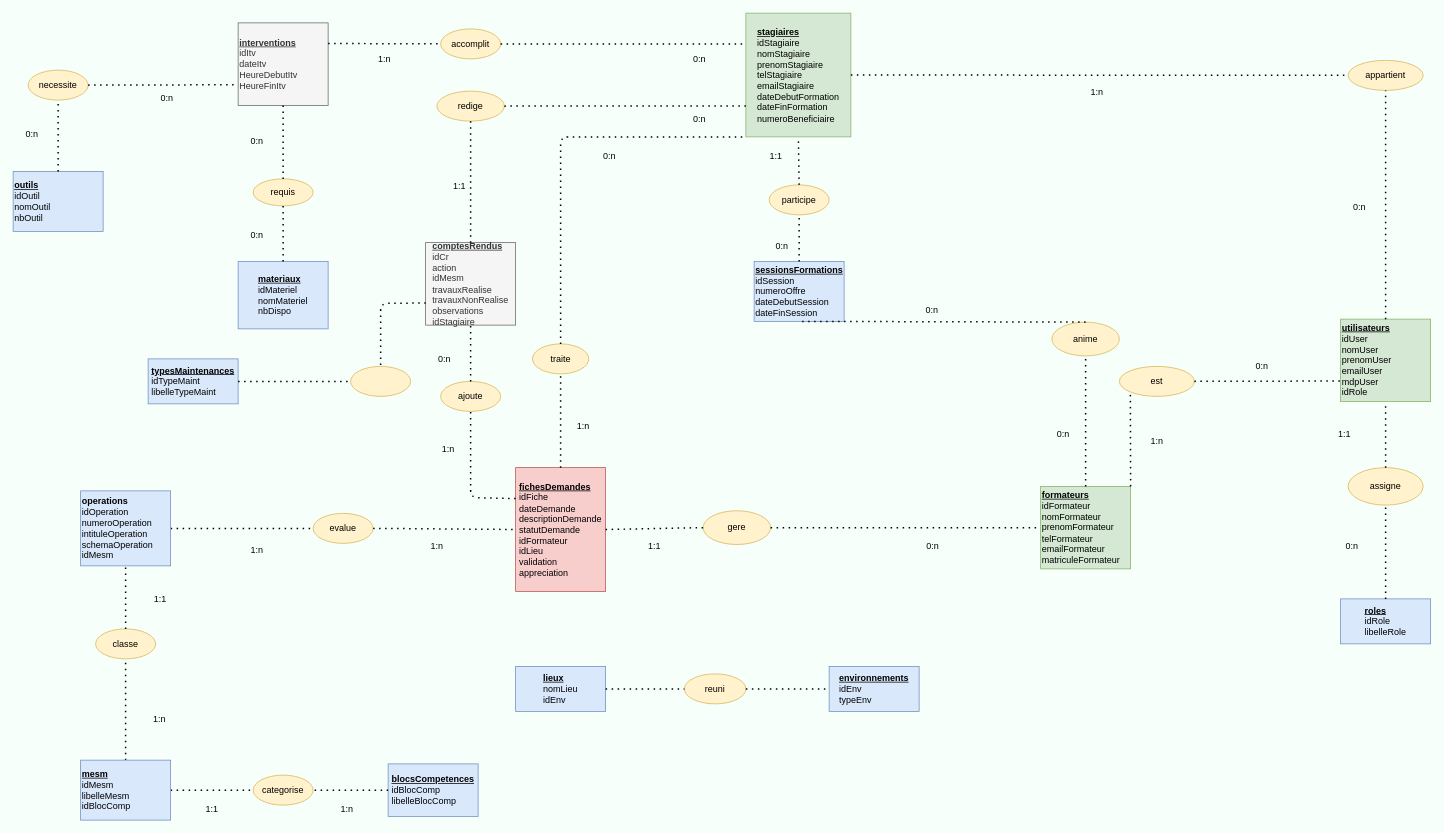
This is DOCS/drawIo.drawio from tancraft/Stage, a draw.io file, before an edit. Source tidied: cells renumbered, new cells numbered last; positions are measured from the earlier drawing's top-left corner, leaving out a move shared by most shapes. Both pictures are drawn from the tidied source at 75%, with x=0, y=0 at pixel (13, 13).
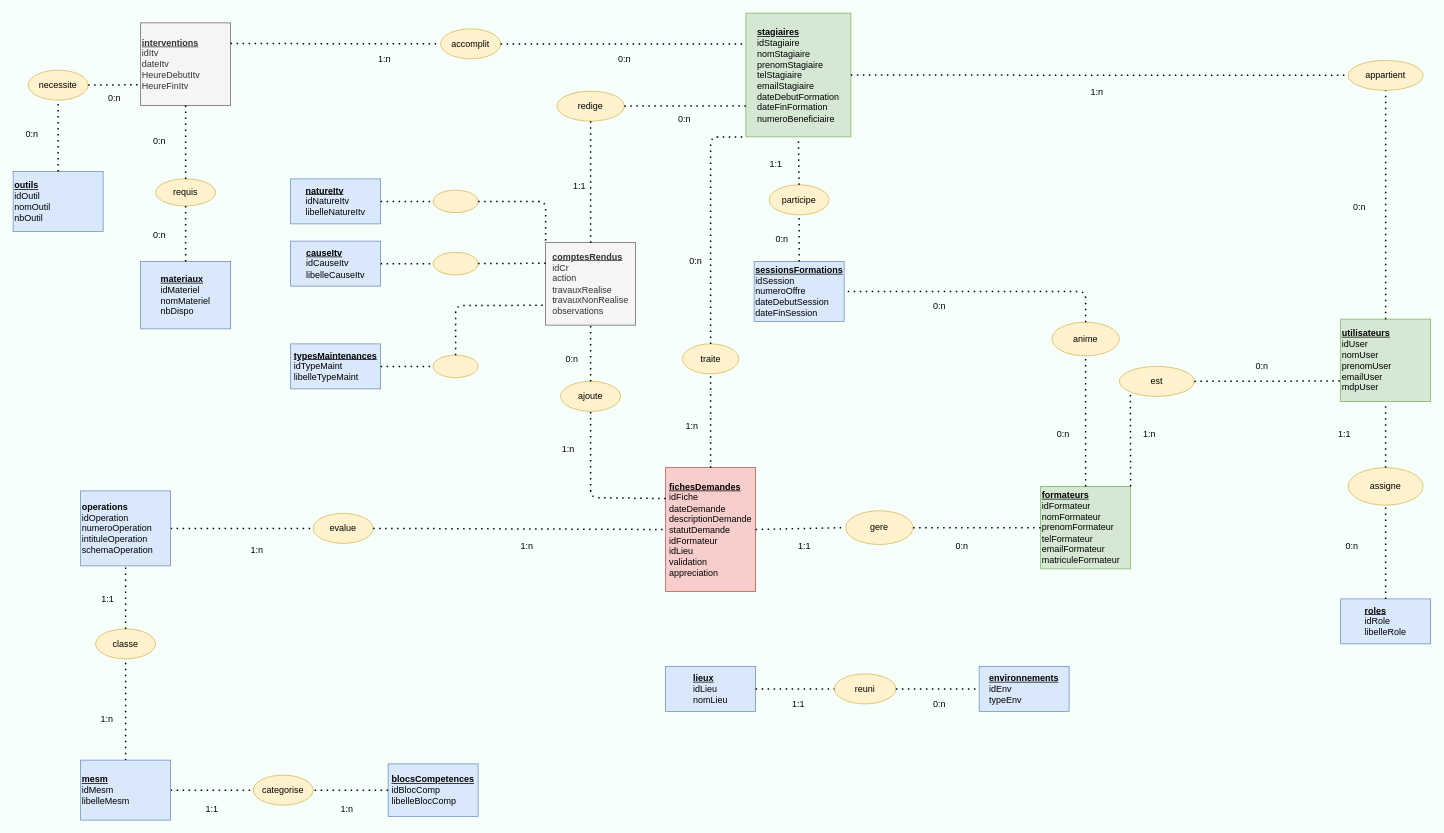
After the change.

The change refers to these unchanged cells:
```xml
<mxCell id="13" value="&lt;b&gt;&lt;u&gt;sessionsFormations&lt;/u&gt;&lt;/b&gt;&lt;br&gt;idSession&lt;br&gt;numeroOffre&lt;br&gt;dateDebutSession&lt;br&gt;dateFinSession" style="rounded=0;whiteSpace=wrap;html=1;align=left;fillColor=#dae8fc;strokeColor=#6c8ebf;" parent="1" vertex="1">
  <mxGeometry x="988" y="331" width="120" height="80" as="geometry" />
</mxCell>
<mxCell id="14" value="&lt;div style=&quot;text-align: left&quot;&gt;&lt;u style=&quot;font-weight: bold&quot;&gt;stagiaires&lt;/u&gt;&lt;/div&gt;&lt;div style=&quot;text-align: left&quot;&gt;&lt;span&gt;idStagiaire&lt;/span&gt;&lt;/div&gt;&lt;div style=&quot;text-align: left&quot;&gt;&lt;span&gt;nomStagiaire&lt;/span&gt;&lt;/div&gt;&lt;div style=&quot;text-align: left&quot;&gt;&lt;span&gt;prenomStagiaire&lt;/span&gt;&lt;/div&gt;&lt;div style=&quot;text-align: left&quot;&gt;&lt;span&gt;telStagiaire&lt;/span&gt;&lt;/div&gt;&lt;div style=&quot;text-align: left&quot;&gt;&lt;span&gt;emailStagiaire&lt;/span&gt;&lt;/div&gt;&lt;div style=&quot;text-align: left&quot;&gt;&lt;span&gt;dateDebutFormation&lt;/span&gt;&lt;/div&gt;&lt;div style=&quot;text-align: left&quot;&gt;&lt;span&gt;dateFinFormation&lt;/span&gt;&lt;/div&gt;&lt;div style=&quot;text-align: left&quot;&gt;&lt;span&gt;numeroBeneficiaire&lt;/span&gt;&lt;/div&gt;" style="rounded=0;whiteSpace=wrap;html=1;fillColor=#d5e8d4;strokeColor=#82b366;" parent="1" vertex="1">
  <mxGeometry x="977" width="140" height="165" as="geometry" />
</mxCell>
<mxCell id="19" value="anime" style="ellipse;whiteSpace=wrap;html=1;fillColor=#fff2cc;strokeColor=#d6b656;" parent="1" vertex="1">
  <mxGeometry x="1385" y="412" width="90" height="45" as="geometry" />
</mxCell>
```

Change to the diagram source:
```diff
@@
-    <mxCell id="2" value="&lt;b&gt;&lt;u&gt;utilisateurs&lt;/u&gt;&lt;/b&gt;&lt;br&gt;idUser&lt;br&gt;nomUser&lt;br&gt;prenomUser&lt;br&gt;emailUser&lt;br&gt;mdpUser&lt;br&gt;idRole" style="rounded=0;whiteSpace=wrap;html=1;align=left;fillColor=#d5e8d4;strokeColor=#82b366;" parent="1" vertex="1">
+    <mxCell id="2" value="&lt;b&gt;&lt;u&gt;utilisateurs&lt;/u&gt;&lt;/b&gt;&lt;br&gt;idUser&lt;br&gt;nomUser&lt;br&gt;prenomUser&lt;br&gt;emailUser&lt;br&gt;mdpUser" style="rounded=0;whiteSpace=wrap;html=1;align=left;fillColor=#d5e8d4;strokeColor=#82b366;" parent="1" vertex="1">
       <mxGeometry x="1770" y="408" width="120" height="110" as="geometry" />
     </mxCell>
@@
-    <mxCell id="4" value="&lt;div style=&quot;text-align: left&quot;&gt;&lt;b&gt;&lt;u&gt;comptesRendus&lt;/u&gt;&lt;/b&gt;&lt;/div&gt;&lt;div style=&quot;text-align: left&quot;&gt;&lt;span&gt;idCr&lt;/span&gt;&lt;/div&gt;&lt;div style=&quot;text-align: left&quot;&gt;&lt;span&gt;action&lt;/span&gt;&lt;/div&gt;&lt;div style=&quot;text-align: left&quot;&gt;&lt;span&gt;idMesm&lt;/span&gt;&lt;/div&gt;&lt;div style=&quot;text-align: left&quot;&gt;&lt;span&gt;travauxRealise&lt;/span&gt;&lt;/div&gt;&lt;div style=&quot;text-align: left&quot;&gt;&lt;span&gt;travauxNonRealise&lt;/span&gt;&lt;/div&gt;&lt;div style=&quot;text-align: left&quot;&gt;&lt;span&gt;observations&lt;/span&gt;&lt;/div&gt;&lt;div style=&quot;text-align: left&quot;&gt;&lt;span&gt;idStagiaire&lt;/span&gt;&lt;/div&gt;" style="rounded=0;whiteSpace=wrap;html=1;fillColor=#f5f5f5;strokeColor=#666666;fontColor=#333333;" parent="1" vertex="1">
-      <mxGeometry x="550" y="306" width="120" height="110" as="geometry" />
+    <mxCell id="4" value="&lt;div style=&quot;text-align: left&quot;&gt;&lt;b&gt;&lt;u&gt;comptesRendus&lt;/u&gt;&lt;/b&gt;&lt;/div&gt;&lt;div style=&quot;text-align: left&quot;&gt;&lt;span&gt;idCr&lt;/span&gt;&lt;/div&gt;&lt;div style=&quot;text-align: left&quot;&gt;&lt;span&gt;action&lt;/span&gt;&lt;/div&gt;&lt;div style=&quot;text-align: left&quot;&gt;&lt;span&gt;travauxRealise&lt;/span&gt;&lt;/div&gt;&lt;div style=&quot;text-align: left&quot;&gt;&lt;span&gt;travauxNonRealise&lt;/span&gt;&lt;/div&gt;&lt;div style=&quot;text-align: left&quot;&gt;&lt;span&gt;observations&lt;/span&gt;&lt;/div&gt;" style="rounded=0;whiteSpace=wrap;html=1;fillColor=#f5f5f5;strokeColor=#666666;fontColor=#333333;" parent="1" vertex="1">
+      <mxGeometry x="710" y="306" width="120" height="110" as="geometry" />
     </mxCell>
-    <mxCell id="5" value="&lt;div style=&quot;text-align: left&quot;&gt;&lt;u style=&quot;font-weight: bold&quot;&gt;lieux&lt;/u&gt;&lt;/div&gt;&lt;div style=&quot;text-align: left&quot;&gt;&lt;span&gt;nomLieu&lt;/span&gt;&lt;/div&gt;&lt;div style=&quot;text-align: left&quot;&gt;&lt;span&gt;idEnv&lt;/span&gt;&lt;/div&gt;" style="rounded=0;whiteSpace=wrap;html=1;fillColor=#dae8fc;strokeColor=#6c8ebf;" parent="1" vertex="1">
-      <mxGeometry x="670" y="871" width="120" height="60" as="geometry" />
+    <mxCell id="5" value="&lt;div style=&quot;text-align: left&quot;&gt;&lt;u style=&quot;font-weight: bold&quot;&gt;lieux&lt;/u&gt;&lt;/div&gt;&lt;div style=&quot;text-align: left&quot;&gt;idLieu&lt;/div&gt;&lt;div style=&quot;text-align: left&quot;&gt;&lt;span&gt;nomLieu&lt;/span&gt;&lt;/div&gt;" style="rounded=0;whiteSpace=wrap;html=1;fillColor=#dae8fc;strokeColor=#6c8ebf;" parent="1" vertex="1">
+      <mxGeometry x="870" y="871" width="120" height="60" as="geometry" />
     </mxCell>
@@
     <mxCell id="7" value="&lt;div style=&quot;text-align: left&quot;&gt;&lt;b&gt;&lt;u&gt;fichesDemandes&lt;/u&gt;&lt;/b&gt;&lt;/div&gt;&lt;div style=&quot;text-align: left&quot;&gt;&lt;span&gt;idFiche&lt;/span&gt;&lt;/div&gt;&lt;div style=&quot;text-align: left&quot;&gt;&lt;span&gt;dateDemande&lt;/span&gt;&lt;/div&gt;&lt;div style=&quot;text-align: left&quot;&gt;&lt;span&gt;descriptionDemande&lt;/span&gt;&lt;/div&gt;&lt;div style=&quot;text-align: left&quot;&gt;&lt;span&gt;statutDemande&lt;/span&gt;&lt;/div&gt;&lt;div style=&quot;text-align: left&quot;&gt;&lt;span&gt;idFormateur&lt;/span&gt;&lt;/div&gt;&lt;div style=&quot;text-align: left&quot;&gt;&lt;span&gt;idLieu&lt;/span&gt;&lt;/div&gt;&lt;div style=&quot;text-align: left&quot;&gt;&lt;span&gt;validation&lt;/span&gt;&lt;/div&gt;&lt;div style=&quot;text-align: left&quot;&gt;&lt;span&gt;appreciation&lt;/span&gt;&lt;/div&gt;" style="rounded=0;whiteSpace=wrap;html=1;fillColor=#f8cecc;strokeColor=#b85450;" parent="1" vertex="1">
-      <mxGeometry x="670" y="606" width="120" height="165" as="geometry" />
+      <mxGeometry x="870" y="606" width="120" height="165" as="geometry" />
     </mxCell>
     <mxCell id="8" value="&lt;div style=&quot;text-align: left&quot;&gt;&lt;u style=&quot;font-weight: bold&quot;&gt;environnements&lt;/u&gt;&lt;/div&gt;&lt;div style=&quot;text-align: left&quot;&gt;&lt;span&gt;idEnv&lt;/span&gt;&lt;/div&gt;&lt;div style=&quot;text-align: left&quot;&gt;&lt;span&gt;typeEnv&lt;/span&gt;&lt;/div&gt;" style="rounded=0;whiteSpace=wrap;html=1;fillColor=#dae8fc;strokeColor=#6c8ebf;" parent="1" vertex="1">
-      <mxGeometry x="1088" y="871" width="120" height="60" as="geometry" />
+      <mxGeometry x="1288" y="871" width="120" height="60" as="geometry" />
     </mxCell>
     <mxCell id="9" value="&lt;div style=&quot;text-align: left&quot;&gt;&lt;u style=&quot;font-weight: bold&quot;&gt;materiaux&lt;/u&gt;&lt;/div&gt;&lt;div style=&quot;text-align: left&quot;&gt;&lt;span&gt;idMateriel&lt;/span&gt;&lt;/div&gt;&lt;div style=&quot;text-align: left&quot;&gt;&lt;span&gt;nomMateriel&lt;/span&gt;&lt;/div&gt;&lt;div style=&quot;text-align: left&quot;&gt;&lt;span&gt;nbDispo&lt;/span&gt;&lt;/div&gt;" style="rounded=0;whiteSpace=wrap;html=1;fillColor=#dae8fc;strokeColor=#6c8ebf;" parent="1" vertex="1">
-      <mxGeometry x="300" y="331" width="120" height="90" as="geometry" />
+      <mxGeometry x="170" y="331" width="120" height="90" as="geometry" />
     </mxCell>
@@
     <mxCell id="11" value="&lt;div style=&quot;text-align: left&quot;&gt;&lt;u style=&quot;font-weight: bold&quot;&gt;typesMaintenances&lt;/u&gt;&lt;/div&gt;&lt;div style=&quot;text-align: left&quot;&gt;&lt;span&gt;idTypeMaint&lt;/span&gt;&lt;/div&gt;&lt;div style=&quot;text-align: left&quot;&gt;&lt;span&gt;libelleTypeMaint&lt;/span&gt;&lt;/div&gt;" style="rounded=0;whiteSpace=wrap;html=1;fillColor=#dae8fc;strokeColor=#6c8ebf;" parent="1" vertex="1">
-      <mxGeometry x="180" y="461" width="120" height="60" as="geometry" />
+      <mxGeometry x="370" y="441" width="120" height="60" as="geometry" />
     </mxCell>
@@
     <mxCell id="15" value="&lt;b&gt;&lt;u&gt;interventions&lt;/u&gt;&lt;/b&gt;&lt;br&gt;idItv&lt;br&gt;dateItv&lt;br&gt;HeureDebutItv&lt;br&gt;HeureFinItv" style="rounded=0;whiteSpace=wrap;html=1;align=left;fillColor=#f5f5f5;strokeColor=#666666;fontColor=#333333;" parent="1" vertex="1">
-      <mxGeometry x="300" y="13" width="120" height="110" as="geometry" />
+      <mxGeometry x="170" y="13" width="120" height="110" as="geometry" />
     </mxCell>
@@
     <mxCell id="21" value="0:n" style="text;html=1;align=center;verticalAlign=middle;" parent="1" vertex="1">
-      <mxGeometry x="1010" y="301" width="30" height="20" as="geometry" />
+      <mxGeometry x="1010" y="291" width="30" height="20" as="geometry" />
     </mxCell>
     <mxCell id="22" value="1:1" style="text;html=1;align=center;verticalAlign=middle;" parent="1" vertex="1">
-      <mxGeometry x="1002" y="181" width="30" height="20" as="geometry" />
+      <mxGeometry x="1002" y="191" width="30" height="20" as="geometry" />
     </mxCell>
     <mxCell id="23" value="0:n" style="text;html=1;align=center;verticalAlign=middle;" parent="1" vertex="1">
-      <mxGeometry x="1210" y="386" width="30" height="20" as="geometry" />
+      <mxGeometry x="1220" y="381" width="30" height="20" as="geometry" />
     </mxCell>
@@
     <mxCell id="25" value="gere" style="ellipse;whiteSpace=wrap;html=1;fillColor=#fff2cc;strokeColor=#d6b656;" parent="1" vertex="1">
-      <mxGeometry x="920" y="663.5" width="90" height="45" as="geometry" />
+      <mxGeometry x="1110" y="663.5" width="90" height="45" as="geometry" />
     </mxCell>
     <mxCell id="26" value="0:n" style="text;html=1;align=center;verticalAlign=middle;" parent="1" vertex="1">
-      <mxGeometry x="1211" y="701" width="30" height="20" as="geometry" />
+      <mxGeometry x="1250" y="701" width="30" height="20" as="geometry" />
     </mxCell>
     <mxCell id="27" value="1:1" style="text;html=1;align=center;verticalAlign=middle;" parent="1" vertex="1">
-      <mxGeometry x="840" y="701" width="30" height="20" as="geometry" />
+      <mxGeometry x="1040" y="701" width="30" height="20" as="geometry" />
     </mxCell>
@@
-    <mxCell id="30" style="endArrow=none;dashed=1;html=1;dashPattern=1 3;strokeWidth=2;entryX=0.5;entryY=1;entryDx=0;entryDy=0;exitX=0.5;exitY=0;exitDx=0;exitDy=0;" parent="1" edge="1" source="19" target="13">
-      <mxGeometry relative="1" as="geometry" />
+    <mxCell id="30" style="endArrow=none;dashed=1;html=1;dashPattern=1 3;strokeWidth=2;entryX=1;entryY=0.5;entryDx=0;entryDy=0;exitX=0.5;exitY=0;exitDx=0;exitDy=0;" parent="1" edge="1" source="19" target="13">
+      <mxGeometry relative="1" as="geometry">
+        <Array as="points">
+          <mxPoint x="1430" y="371" />
+        </Array>
+      </mxGeometry>
     </mxCell>
@@
     <mxCell id="40" value="0:n" style="text;html=1;align=center;verticalAlign=middle;" parent="1" vertex="1">
-      <mxGeometry x="900" y="51" width="30" height="20" as="geometry" />
+      <mxGeometry x="800" y="51" width="30" height="20" as="geometry" />
     </mxCell>
     <mxCell id="41" value="redige" style="ellipse;whiteSpace=wrap;html=1;fillColor=#fff2cc;strokeColor=#d6b656;" parent="1" vertex="1">
-      <mxGeometry x="565" y="104" width="90" height="40" as="geometry" />
+      <mxGeometry x="725" y="104" width="90" height="40" as="geometry" />
     </mxCell>
@@
     <mxCell id="47" value="1:n" style="text;html=1;align=center;verticalAlign=middle;" parent="1" vertex="1">
-      <mxGeometry x="1510" y="561" width="30" height="20" as="geometry" />
+      <mxGeometry x="1500" y="551" width="30" height="20" as="geometry" />
     </mxCell>
@@
     <mxCell id="49" value="1:1" style="text;html=1;align=center;verticalAlign=middle;" parent="1" vertex="1">
-      <mxGeometry x="580" y="221" width="30" height="20" as="geometry" />
+      <mxGeometry x="740" y="221" width="30" height="20" as="geometry" />
     </mxCell>
     <mxCell id="50" value="0:n" style="text;html=1;align=center;verticalAlign=middle;" parent="1" vertex="1">
-      <mxGeometry x="900" y="131" width="30" height="20" as="geometry" />
+      <mxGeometry x="880" y="131" width="30" height="20" as="geometry" />
     </mxCell>
     <mxCell id="51" value="traite" style="ellipse;whiteSpace=wrap;html=1;fillColor=#fff2cc;strokeColor=#d6b656;" parent="1" vertex="1">
-      <mxGeometry x="692.5" y="441" width="75" height="40" as="geometry" />
+      <mxGeometry x="892.5" y="441" width="75" height="40" as="geometry" />
     </mxCell>
@@
     <mxCell id="53" style="endArrow=none;dashed=1;html=1;dashPattern=1 3;strokeWidth=2;exitX=0.5;exitY=0;exitDx=0;exitDy=0;entryX=0;entryY=1;entryDx=0;entryDy=0;" parent="1" edge="1" source="51" target="14">
       <mxGeometry relative="1" as="geometry">
         <Array as="points">
-          <mxPoint x="730" y="165" />
+          <mxPoint x="930" y="165" />
         </Array>
       </mxGeometry>
     </mxCell>
     <mxCell id="54" value="1:n" style="text;html=1;align=center;verticalAlign=middle;" parent="1" vertex="1">
-      <mxGeometry x="745" y="541" width="30" height="20" as="geometry" />
+      <mxGeometry x="890" y="541" width="30" height="20" as="geometry" />
     </mxCell>
     <mxCell id="55" value="0:n" style="text;html=1;align=center;verticalAlign=middle;" parent="1" vertex="1">
-      <mxGeometry x="780" y="181" width="30" height="20" as="geometry" />
+      <mxGeometry x="895" y="321" width="30" height="20" as="geometry" />
     </mxCell>
     <mxCell id="56" value="requis" style="ellipse;whiteSpace=wrap;html=1;fillColor=#fff2cc;strokeColor=#d6b656;" parent="1" vertex="1">
-      <mxGeometry x="320" y="221" width="80" height="36" as="geometry" />
+      <mxGeometry x="190" y="221" width="80" height="36" as="geometry" />
     </mxCell>
@@
     <mxCell id="60" value="0:n" style="text;html=1;align=center;verticalAlign=middle;" parent="1" vertex="1">
-      <mxGeometry x="310" y="161" width="30" height="20" as="geometry" />
+      <mxGeometry x="180" y="161" width="30" height="20" as="geometry" />
     </mxCell>
     <mxCell id="61" value="0:n" style="text;html=1;align=center;verticalAlign=middle;" parent="1" vertex="1">
-      <mxGeometry x="310" y="286" width="30" height="20" as="geometry" />
+      <mxGeometry x="180" y="286" width="30" height="20" as="geometry" />
     </mxCell>
@@
     <mxCell id="64" value="0:n" style="text;html=1;align=center;verticalAlign=middle;" parent="1" vertex="1">
-      <mxGeometry x="190" y="104" width="30" height="20" as="geometry" />
+      <mxGeometry x="120" y="104" width="30" height="20" as="geometry" />
     </mxCell>
@@
     <mxCell id="66" value="ajoute" style="ellipse;whiteSpace=wrap;html=1;fillColor=#fff2cc;strokeColor=#d6b656;" parent="1" vertex="1">
-      <mxGeometry x="570" y="491" width="80" height="40" as="geometry" />
+      <mxGeometry x="730" y="491" width="80" height="40" as="geometry" />
     </mxCell>
@@
     <mxCell id="68" style="endArrow=none;dashed=1;html=1;dashPattern=1 3;strokeWidth=2;entryX=0.5;entryY=1;entryDx=0;entryDy=0;exitX=0;exitY=0.25;exitDx=0;exitDy=0;" parent="1" edge="1" source="7" target="66">
       <mxGeometry relative="1" as="geometry">
         <Array as="points">
-          <mxPoint x="610" y="646" />
+          <mxPoint x="770" y="646" />
         </Array>
       </mxGeometry>
     </mxCell>
     <mxCell id="69" value="0:n" style="text;html=1;align=center;verticalAlign=middle;" parent="1" vertex="1">
-      <mxGeometry x="560" y="451" width="30" height="20" as="geometry" />
+      <mxGeometry x="730" y="451" width="30" height="20" as="geometry" />
     </mxCell>
     <mxCell id="70" value="1:n" style="text;html=1;align=center;verticalAlign=middle;" parent="1" vertex="1">
-      <mxGeometry x="565" y="571" width="30" height="20" as="geometry" />
+      <mxGeometry x="725" y="571" width="30" height="20" as="geometry" />
     </mxCell>
@@
     <mxCell id="81" value="1:n" style="text;html=1;align=center;verticalAlign=middle;" parent="1" vertex="1">
-      <mxGeometry x="550" y="701" width="30" height="20" as="geometry" />
+      <mxGeometry x="670" y="701" width="30" height="20" as="geometry" />
     </mxCell>
     <mxCell id="82" value="reuni" style="ellipse;whiteSpace=wrap;html=1;fillColor=#fff2cc;strokeColor=#d6b656;" parent="1" vertex="1">
-      <mxGeometry x="895" y="881" width="82" height="40" as="geometry" />
+      <mxGeometry x="1095" y="881" width="82" height="40" as="geometry" />
     </mxCell>
@@
     <mxCell id="85" value="1:1" style="text;html=1;align=center;verticalAlign=middle;" parent="1" vertex="1">
-      <mxGeometry x="181" y="771" width="30" height="20" as="geometry" />
+      <mxGeometry x="111" y="771" width="30" height="20" as="geometry" />
     </mxCell>
     <mxCell id="86" value="1:n" style="text;html=1;align=center;verticalAlign=middle;" parent="1" vertex="1">
-      <mxGeometry x="180" y="931" width="30" height="20" as="geometry" />
+      <mxGeometry x="110" y="931" width="30" height="20" as="geometry" />
     </mxCell>
@@
     <mxCell id="89" style="ellipse;whiteSpace=wrap;html=1;fillColor=#fff2cc;strokeColor=#d6b656;" parent="1" vertex="1">
-      <mxGeometry x="450" y="471" width="80" height="40" as="geometry" />
+      <mxGeometry x="560" y="456" width="60" height="30" as="geometry" />
     </mxCell>
@@
-    <mxCell id="91" style="endArrow=none;dashed=1;html=1;dashPattern=1 3;strokeWidth=2;exitX=0.5;exitY=0;exitDx=0;exitDy=0;entryX=0;entryY=0.75;entryDx=0;entryDy=0;" parent="1" edge="1">
-      <mxGeometry relative="1" as="geometry">
-        <mxPoint x="490" y="469" as="sourcePoint" />
-        <mxPoint x="550" y="386.5" as="targetPoint" />
-        <Array as="points">
-          <mxPoint x="490" y="387" />
-        </Array>
-      </mxGeometry>
-    </mxCell>
-    <mxCell id="92" value="&lt;b&gt;&lt;u&gt;mesm&lt;/u&gt;&lt;/b&gt;&lt;br&gt;idMesm&lt;br&gt;libelleMesm&lt;br&gt;idBlocComp" style="rounded=0;whiteSpace=wrap;html=1;align=left;fillColor=#dae8fc;strokeColor=#6c8ebf;" parent="1" vertex="1">
+    <mxCell id="92" value="&lt;b&gt;&lt;u&gt;mesm&lt;/u&gt;&lt;/b&gt;&lt;br&gt;idMesm&lt;br&gt;libelleMesm" style="rounded=0;whiteSpace=wrap;html=1;align=left;fillColor=#dae8fc;strokeColor=#6c8ebf;" parent="1" vertex="1">
       <mxGeometry x="90" y="996" width="120" height="80" as="geometry" />
     </mxCell>
-    <mxCell id="93" value="&lt;b&gt;operations&lt;/b&gt;&lt;br&gt;idOperation&lt;br&gt;numeroOperation&lt;br&gt;intituleOperation&lt;br&gt;schemaOperation&lt;br&gt;idMesm" style="rounded=0;whiteSpace=wrap;html=1;align=left;fillColor=#dae8fc;strokeColor=#6c8ebf;" parent="1" vertex="1">
+    <mxCell id="93" value="&lt;b&gt;operations&lt;/b&gt;&lt;br&gt;idOperation&lt;br&gt;numeroOperation&lt;br&gt;intituleOperation&lt;br&gt;schemaOperation" style="rounded=0;whiteSpace=wrap;html=1;align=left;fillColor=#dae8fc;strokeColor=#6c8ebf;" parent="1" vertex="1">
       <mxGeometry x="90" y="637" width="120" height="100" as="geometry" />
     </mxCell>
@@
+    <mxCell id="99" style="endArrow=none;dashed=1;html=1;dashPattern=1 3;strokeWidth=2;entryX=0;entryY=0.75;entryDx=0;entryDy=0;exitX=0.5;exitY=0;exitDx=0;exitDy=0;" parent="1" edge="1" source="89">
+      <mxGeometry relative="1" as="geometry">
+        <mxPoint x="710" y="389.5" as="targetPoint" />
+        <Array as="points">
+          <mxPoint x="590" y="390" />
+        </Array>
+      </mxGeometry>
+    </mxCell>
+    <mxCell id="100" value="&lt;div style=&quot;text-align: left&quot;&gt;&lt;b&gt;&lt;u&gt;causeItv&lt;/u&gt;&lt;/b&gt;&lt;/div&gt;&lt;div style=&quot;text-align: left&quot;&gt;idCauseItv&lt;/div&gt;&lt;div style=&quot;text-align: left&quot;&gt;libelleCauseItv&lt;/div&gt;" style="rounded=0;whiteSpace=wrap;html=1;fillColor=#dae8fc;strokeColor=#6c8ebf;" parent="1" vertex="1">
+      <mxGeometry x="370" y="304" width="120" height="60" as="geometry" />
+    </mxCell>
+    <mxCell id="101" value="&lt;div style=&quot;text-align: left&quot;&gt;&lt;b&gt;&lt;u&gt;natureItv&lt;/u&gt;&lt;/b&gt;&lt;/div&gt;&lt;div style=&quot;text-align: left&quot;&gt;idNatureItv&lt;/div&gt;&lt;div style=&quot;text-align: left&quot;&gt;libelleNatureItv&lt;/div&gt;" style="rounded=0;whiteSpace=wrap;html=1;fillColor=#dae8fc;strokeColor=#6c8ebf;" parent="1" vertex="1">
+      <mxGeometry x="370" y="221" width="120" height="60" as="geometry" />
+    </mxCell>
+    <mxCell id="102" style="ellipse;whiteSpace=wrap;html=1;fillColor=#fff2cc;strokeColor=#d6b656;" parent="1" vertex="1">
+      <mxGeometry x="560" y="319" width="60" height="30" as="geometry" />
+    </mxCell>
+    <mxCell id="103" style="ellipse;whiteSpace=wrap;html=1;fillColor=#fff2cc;strokeColor=#d6b656;" parent="1" vertex="1">
+      <mxGeometry x="560" y="236" width="60" height="30" as="geometry" />
+    </mxCell>
+    <mxCell id="104" style="endArrow=none;dashed=1;html=1;dashPattern=1 3;strokeWidth=2;exitX=1;exitY=0.5;exitDx=0;exitDy=0;entryX=0;entryY=0.5;entryDx=0;entryDy=0;" parent="1" edge="1" source="101" target="103">
+      <mxGeometry relative="1" as="geometry" />
+    </mxCell>
+    <mxCell id="105" style="endArrow=none;dashed=1;html=1;dashPattern=1 3;strokeWidth=2;exitX=1;exitY=0.5;exitDx=0;exitDy=0;entryX=0;entryY=0;entryDx=0;entryDy=0;" parent="1" edge="1" source="103" target="4">
+      <mxGeometry relative="1" as="geometry">
+        <Array as="points">
+          <mxPoint x="710" y="251" />
+        </Array>
+      </mxGeometry>
+    </mxCell>
+    <mxCell id="106" style="endArrow=none;dashed=1;html=1;dashPattern=1 3;strokeWidth=2;exitX=1;exitY=0.5;exitDx=0;exitDy=0;entryX=0;entryY=0.5;entryDx=0;entryDy=0;" parent="1" edge="1" source="100" target="102">
+      <mxGeometry relative="1" as="geometry" />
+    </mxCell>
+    <mxCell id="107" style="endArrow=none;dashed=1;html=1;dashPattern=1 3;strokeWidth=2;entryX=1;entryY=0.5;entryDx=0;entryDy=0;exitX=0;exitY=0.25;exitDx=0;exitDy=0;" parent="1" edge="1" source="4" target="102">
+      <mxGeometry relative="1" as="geometry" />
+    </mxCell>
+    <mxCell id="108" value="1:1" style="text;html=1;align=center;verticalAlign=middle;" parent="1" vertex="1">
+      <mxGeometry x="1032" y="911" width="30" height="20" as="geometry" />
+    </mxCell>
+    <mxCell id="109" value="0:n" style="text;html=1;align=center;verticalAlign=middle;" parent="1" vertex="1">
+      <mxGeometry x="1220" y="911" width="30" height="20" as="geometry" />
+    </mxCell>
```
